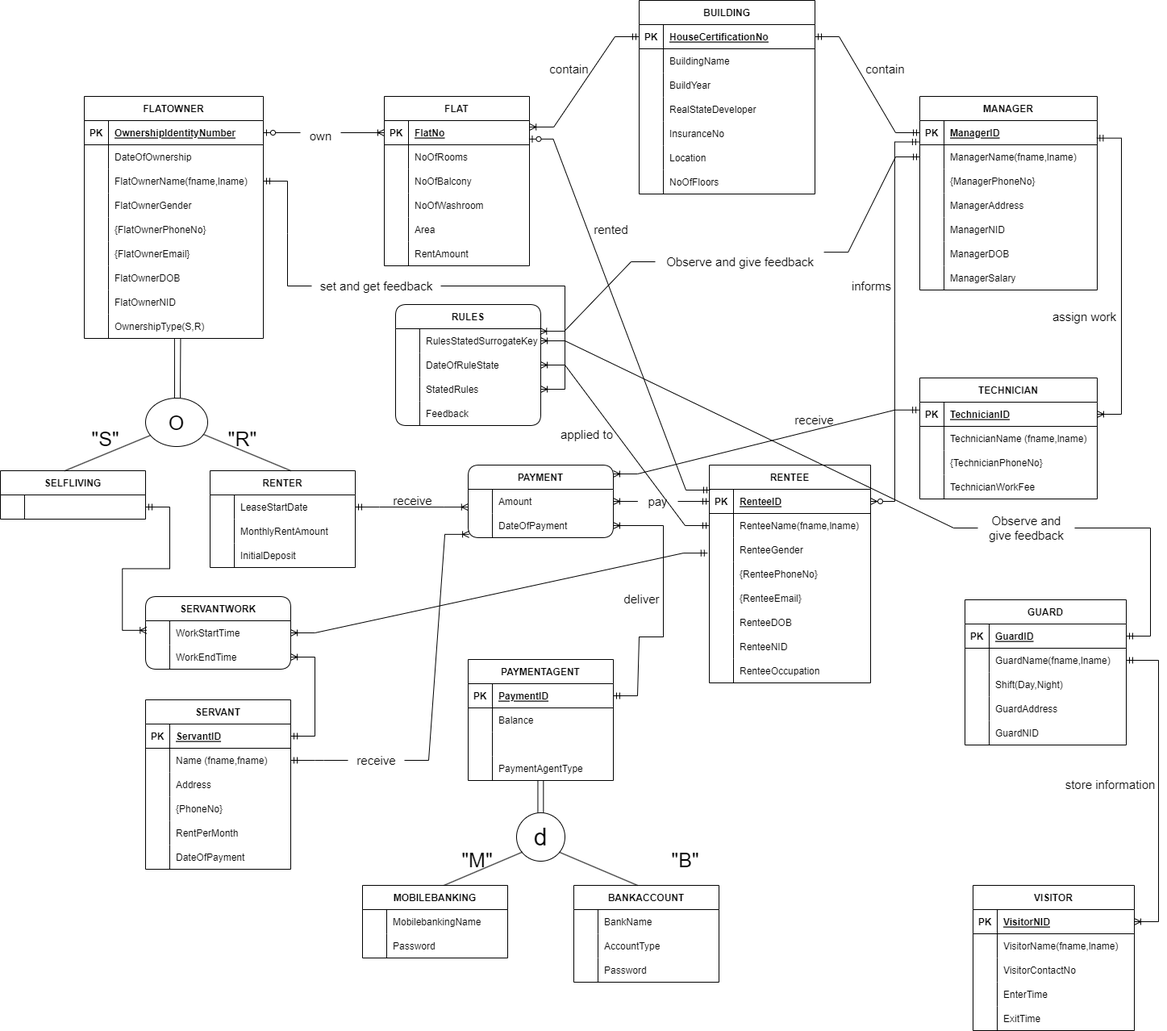
Before: Documentation Pictures/EERD.png, a diagram exported from draw.io (toushifhossain1/Residential-Management-and-Monitoring-System). Source tidied: cells renumbered, new cells last; positions are measured from the earlier drawing's top-left corner, leaving out a move shared by most shapes.
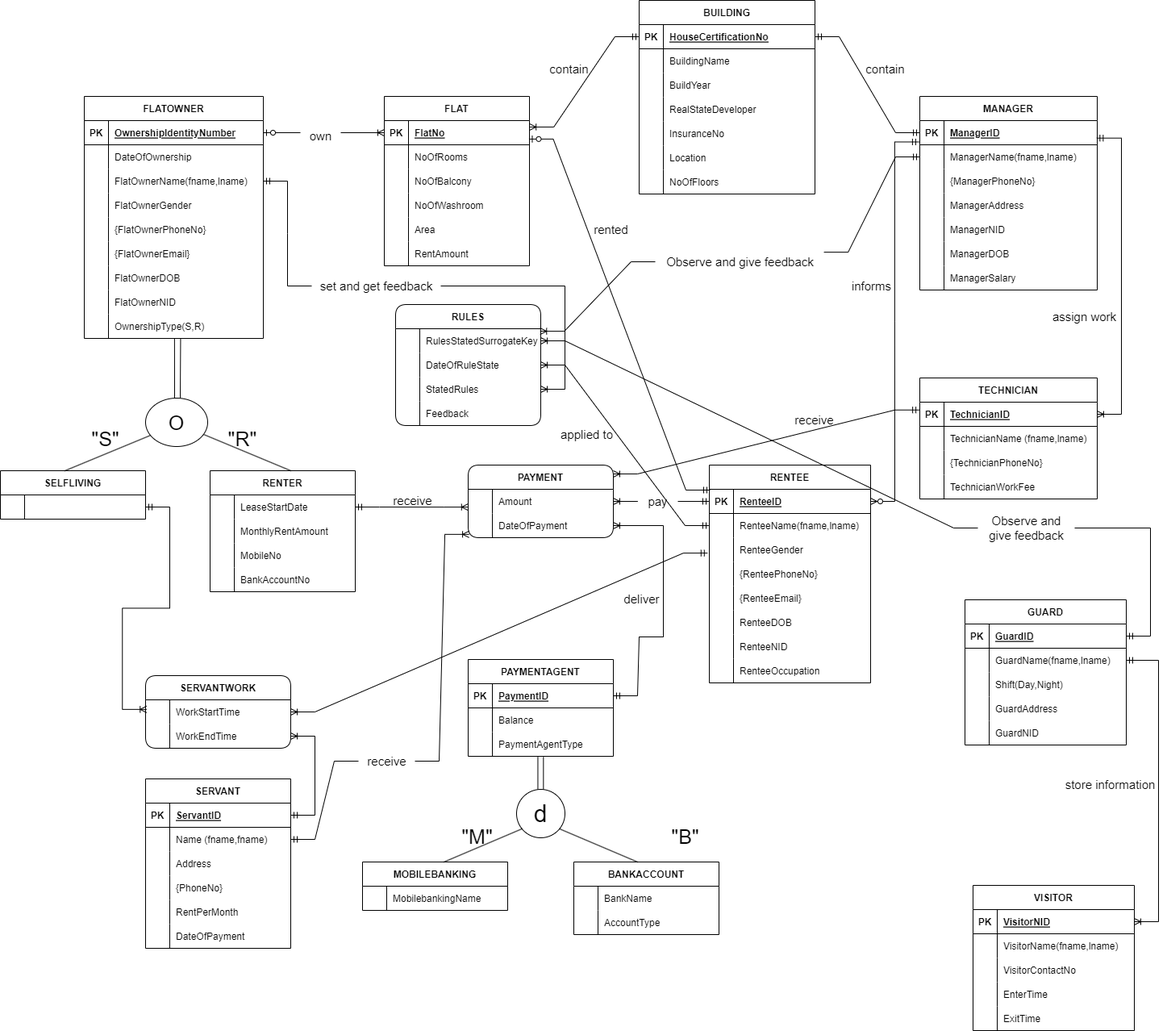
Later version of the same file.

What changed in the source:
```diff
@@ -3,7 +3,7 @@
     <mxCell id="0" />
     <mxCell id="1" parent="0" />
     <mxCell id="2" value="RENTER" style="shape=table;startSize=30;rowLines=0;fontStyle=1;align=center;" parent="1" vertex="1">
-      <mxGeometry x="260" y="583" width="180" height="120" as="geometry" />
+      <mxGeometry x="260" y="583" width="180" height="150" as="geometry" />
     </mxCell>
     <mxCell id="3" style="shape=tableRow;horizontal=0;startSize=0;swimlaneHead=0;swimlaneBody=0;fillColor=none;points=[[0,0.5],[1,0.5]];portConstraint=eastwest;top=0;left=0;right=0;bottom=0;" parent="2" vertex="1">
       <mxGeometry y="30" width="180" height="30" as="geometry" />
@@ -29,9 +29,18 @@
     <mxCell id="10" style="shape=partialRectangle;fillColor=none;top=0;left=0;bottom=0;right=0;overflow=hidden;" parent="9" vertex="1">
       <mxGeometry width="30" height="30" as="geometry" />
     </mxCell>
-    <mxCell id="11" value="InitialDeposit" style="shape=partialRectangle;fillColor=none;top=0;left=0;bottom=0;right=0;align=left;spacingLeft=6;overflow=hidden;" parent="9" vertex="1">
+    <mxCell id="11" value="MobileNo" style="shape=partialRectangle;fillColor=none;top=0;left=0;bottom=0;right=0;align=left;spacingLeft=6;overflow=hidden;" parent="9" vertex="1">
       <mxGeometry x="30" width="150" height="30" as="geometry" />
     </mxCell>
+    <mxCell id="309" style="shape=tableRow;horizontal=0;startSize=0;swimlaneHead=0;swimlaneBody=0;fillColor=none;top=0;left=0;right=0;bottom=0;" parent="2" vertex="1">
+      <mxGeometry y="120" width="180" height="30" as="geometry" />
+    </mxCell>
+    <mxCell id="27" style="shape=partialRectangle;fillColor=none;top=0;left=0;bottom=0;right=0;overflow=hidden;" parent="309" vertex="1">
+      <mxGeometry width="30" height="30" as="geometry" />
+    </mxCell>
+    <mxCell id="310" value="BankAccountNo" style="shape=partialRectangle;fillColor=none;top=0;left=0;bottom=0;right=0;align=left;spacingLeft=6;overflow=hidden;" parent="309" vertex="1">
+      <mxGeometry x="30" width="150" height="30" as="geometry" />
+    </mxCell>
     <mxCell id="12" value="PAYMENT" style="shape=table;startSize=30;rowLines=0;fontStyle=1;align=center;rounded=1;" parent="1" vertex="1">
       <mxGeometry x="580" y="576" width="180" height="90" as="geometry" />
     </mxCell>
@@ -54,7 +63,7 @@
       <mxGeometry x="30" width="150" height="30" as="geometry" />
     </mxCell>
     <mxCell id="19" value="PAYMENTAGENT" style="shape=table;startSize=30;rowLines=0;fontStyle=1;align=center;" parent="1" vertex="1">
-      <mxGeometry x="580" y="817" width="180" height="150" as="geometry" />
+      <mxGeometry x="580" y="817" width="180" height="120" as="geometry" />
     </mxCell>
     <mxCell id="20" style="shape=tableRow;horizontal=0;startSize=0;swimlaneHead=0;swimlaneBody=0;fillColor=none;points=[[0,0.5],[1,0.5]];portConstraint=eastwest;top=0;left=0;right=0;bottom=1;" parent="19" vertex="1">
       <mxGeometry y="30" width="180" height="30" as="geometry" />
@@ -74,17 +83,8 @@
     <mxCell id="25" value="Balance" style="shape=partialRectangle;fillColor=none;top=0;left=0;bottom=0;right=0;align=left;spacingLeft=6;overflow=hidden;" parent="23" vertex="1">
       <mxGeometry x="30" width="150" height="30" as="geometry" />
     </mxCell>
-    <mxCell id="26" style="shape=tableRow;horizontal=0;startSize=0;swimlaneHead=0;swimlaneBody=0;fillColor=none;top=0;left=0;right=0;bottom=0;" parent="19" vertex="1">
-      <mxGeometry y="90" width="180" height="30" as="geometry" />
-    </mxCell>
-    <mxCell id="27" style="shape=partialRectangle;fillColor=none;top=0;left=0;bottom=0;right=0;overflow=hidden;" parent="26" vertex="1">
-      <mxGeometry width="30" height="30" as="geometry" />
-    </mxCell>
-    <mxCell id="28" style="shape=partialRectangle;fillColor=none;top=0;left=0;bottom=0;right=0;align=left;spacingLeft=6;overflow=hidden;" parent="26" vertex="1">
-      <mxGeometry x="30" width="150" height="30" as="geometry" />
-    </mxCell>
     <mxCell id="29" style="shape=tableRow;horizontal=0;startSize=0;swimlaneHead=0;swimlaneBody=0;fillColor=none;top=0;left=0;right=0;bottom=0;" parent="19" vertex="1">
-      <mxGeometry y="120" width="180" height="30" as="geometry" />
+      <mxGeometry y="90" width="180" height="30" as="geometry" />
     </mxCell>
     <mxCell id="30" style="shape=partialRectangle;fillColor=none;top=0;left=0;bottom=0;right=0;overflow=hidden;" parent="29" vertex="1">
       <mxGeometry width="30" height="30" as="geometry" />
@@ -168,7 +168,7 @@
       <mxGeometry x="30" width="170" height="30" as="geometry" />
     </mxCell>
     <mxCell id="57" value="SERVANT" style="shape=table;startSize=30;rowLines=0;fontStyle=1;align=center;" parent="1" vertex="1">
-      <mxGeometry x="180" y="867" width="180" height="210" as="geometry" />
+      <mxGeometry x="180" y="965" width="180" height="210" as="geometry" />
     </mxCell>
     <mxCell id="58" style="shape=tableRow;horizontal=0;startSize=0;swimlaneHead=0;swimlaneBody=0;fillColor=none;points=[[0,0.5],[1,0.5]];portConstraint=eastwest;top=0;left=0;right=0;bottom=1;" parent="57" vertex="1">
       <mxGeometry y="30" width="180" height="30" as="geometry" />
@@ -557,21 +557,21 @@
     </mxCell>
     <mxCell id="185" style="endArrow=none;html=1;rounded=0;fontSize=12;" parent="1" edge="1">
       <mxGeometry relative="1" as="geometry">
-        <mxPoint x="666.4" y="1007" as="sourcePoint" />
-        <mxPoint x="666.4" y="967" as="targetPoint" />
+        <mxPoint x="666.4" y="978" as="sourcePoint" />
+        <mxPoint x="666.4" y="938" as="targetPoint" />
       </mxGeometry>
     </mxCell>
     <mxCell id="186" style="endArrow=none;html=1;rounded=0;fontSize=12;" parent="1" edge="1">
       <mxGeometry relative="1" as="geometry">
-        <mxPoint x="673.3" y="1007" as="sourcePoint" />
-        <mxPoint x="673.3" y="967" as="targetPoint" />
+        <mxPoint x="673.3" y="978" as="sourcePoint" />
+        <mxPoint x="673.3" y="938" as="targetPoint" />
       </mxGeometry>
     </mxCell>
     <mxCell id="187" value="&lt;font style=&quot;font-size: 30px;&quot;&gt;d&lt;/font&gt;" style="ellipse;whiteSpace=wrap;html=1;fontSize=12;" parent="1" vertex="1">
-      <mxGeometry x="640" y="1007" width="60" height="60" as="geometry" />
+      <mxGeometry x="640" y="978" width="60" height="60" as="geometry" />
     </mxCell>
     <mxCell id="188" value="MOBILEBANKING" style="shape=table;startSize=30;rowLines=0;fontStyle=1;align=center;fontSize=12;" parent="1" vertex="1">
-      <mxGeometry x="449" y="1097" width="180" height="90" as="geometry" />
+      <mxGeometry x="449" y="1068" width="180" height="60" as="geometry" />
     </mxCell>
     <mxCell id="189" style="shape=tableRow;horizontal=0;startSize=0;swimlaneHead=0;swimlaneBody=0;fillColor=none;top=0;left=0;right=0;bottom=0;fontSize=12;" parent="188" vertex="1">
       <mxGeometry y="30" width="180" height="30" as="geometry" />
@@ -582,17 +582,8 @@
     <mxCell id="191" value="MobilebankingName" style="shape=partialRectangle;fillColor=none;top=0;left=0;bottom=0;right=0;align=left;spacingLeft=6;overflow=hidden;fontSize=12;" parent="189" vertex="1">
       <mxGeometry x="30" width="150" height="30" as="geometry" />
     </mxCell>
-    <mxCell id="192" style="shape=tableRow;horizontal=0;startSize=0;swimlaneHead=0;swimlaneBody=0;fillColor=none;top=0;left=0;right=0;bottom=0;fontSize=12;" parent="188" vertex="1">
-      <mxGeometry y="60" width="180" height="30" as="geometry" />
-    </mxCell>
-    <mxCell id="193" style="shape=partialRectangle;fillColor=none;top=0;left=0;bottom=0;right=0;overflow=hidden;fontSize=12;" parent="192" vertex="1">
-      <mxGeometry width="30" height="30" as="geometry" />
-    </mxCell>
-    <mxCell id="194" value="Password" style="shape=partialRectangle;fillColor=none;top=0;left=0;bottom=0;right=0;align=left;spacingLeft=6;overflow=hidden;fontSize=12;" parent="192" vertex="1">
-      <mxGeometry x="30" width="150" height="30" as="geometry" />
-    </mxCell>
     <mxCell id="195" value="BANKACCOUNT" style="shape=table;startSize=30;rowLines=0;fontStyle=1;align=center;fontSize=12;" parent="1" vertex="1">
-      <mxGeometry x="711" y="1097" width="180" height="120" as="geometry" />
+      <mxGeometry x="711" y="1068" width="180" height="90" as="geometry" />
     </mxCell>
     <mxCell id="196" style="shape=tableRow;horizontal=0;startSize=0;swimlaneHead=0;swimlaneBody=0;fillColor=none;top=0;left=0;right=0;bottom=0;fontSize=12;" parent="195" vertex="1">
       <mxGeometry y="30" width="180" height="30" as="geometry" />
@@ -612,15 +603,6 @@
     <mxCell id="201" value="AccountType" style="shape=partialRectangle;fillColor=none;top=0;left=0;bottom=0;right=0;align=left;spacingLeft=6;overflow=hidden;fontSize=12;" parent="199" vertex="1">
       <mxGeometry x="30" width="150" height="30" as="geometry" />
     </mxCell>
-    <mxCell id="202" style="shape=tableRow;horizontal=0;startSize=0;swimlaneHead=0;swimlaneBody=0;fillColor=none;top=0;left=0;right=0;bottom=0;fontSize=12;" parent="195" vertex="1">
-      <mxGeometry y="90" width="180" height="30" as="geometry" />
-    </mxCell>
-    <mxCell id="203" style="shape=partialRectangle;fillColor=none;top=0;left=0;bottom=0;right=0;overflow=hidden;fontSize=12;" parent="202" vertex="1">
-      <mxGeometry width="30" height="30" as="geometry" />
-    </mxCell>
-    <mxCell id="204" value="Password" style="shape=partialRectangle;fillColor=none;top=0;left=0;bottom=0;right=0;align=left;spacingLeft=6;overflow=hidden;fontSize=12;" parent="202" vertex="1">
-      <mxGeometry x="30" width="150" height="30" as="geometry" />
-    </mxCell>
     <mxCell id="205" style="endArrow=none;html=1;rounded=0;entryX=0.117;entryY=0.813;entryDx=0;entryDy=0;entryPerimeter=0;exitX=0.561;exitY=0;exitDx=0;exitDy=0;exitPerimeter=0;" parent="1" edge="1" source="188" target="187">
       <mxGeometry relative="1" as="geometry" />
     </mxCell>
@@ -628,10 +610,10 @@
       <mxGeometry relative="1" as="geometry" />
     </mxCell>
     <mxCell id="207" value="&lt;font style=&quot;font-size: 25px;&quot;&gt;&quot;M&quot;&lt;/font&gt;" style="text;html=1;align=center;verticalAlign=middle;strokeColor=none;fillColor=none;fontSize=13;" parent="1" vertex="1">
-      <mxGeometry x="561" y="1045" width="60" height="40" as="geometry" />
+      <mxGeometry x="561" y="1016" width="60" height="40" as="geometry" />
     </mxCell>
     <mxCell id="208" value="&quot;B&quot;" style="text;html=1;align=center;verticalAlign=middle;strokeColor=none;fillColor=none;fontSize=25;" parent="1" vertex="1">
-      <mxGeometry x="819" y="1045" width="60" height="40" as="geometry" />
+      <mxGeometry x="819" y="1016" width="60" height="40" as="geometry" />
     </mxCell>
     <mxCell id="209" style="edgeStyle=entityRelationEdgeStyle;fontSize=12;html=1;endArrow=ERoneToMany;startArrow=none;rounded=0;" parent="1" edge="1" source="297" target="116">
       <mxGeometry relative="1" as="geometry" />
@@ -810,7 +792,7 @@
       <mxGeometry x="974" y="505" width="70" height="30" as="geometry" />
     </mxCell>
     <mxCell id="264" value="SERVANTWORK" style="shape=table;startSize=30;rowLines=0;fontStyle=1;align=center;rounded=1;" parent="1" vertex="1">
-      <mxGeometry x="180" y="739" width="180" height="90" as="geometry" />
+      <mxGeometry x="180" y="837" width="180" height="90" as="geometry" />
     </mxCell>
     <mxCell id="265" style="shape=tableRow;horizontal=0;startSize=0;swimlaneHead=0;swimlaneBody=0;fillColor=none;points=[[0,0.5],[1,0.5]];portConstraint=eastwest;top=0;left=0;right=0;bottom=0;" parent="264" vertex="1">
       <mxGeometry y="30" width="180" height="30" as="geometry" />
@@ -939,10 +921,14 @@
       <mxGeometry relative="1" as="geometry" />
     </mxCell>
     <mxCell id="305" value="&lt;font style=&quot;font-size: 15px;&quot;&gt;receive&lt;/font&gt;" style="text;html=1;align=center;verticalAlign=middle;points=[];strokeColor=none;fillColor=none;fontSize=12;" parent="1" vertex="1">
-      <mxGeometry x="431" y="927" width="70" height="30" as="geometry" />
+      <mxGeometry x="444" y="928" width="70" height="30" as="geometry" />
     </mxCell>
     <mxCell id="306" style="edgeStyle=entityRelationEdgeStyle;fontSize=12;html=1;endArrow=none;startArrow=ERmandOne;rounded=0;" parent="1" edge="1" source="61" target="305">
-      <mxGeometry relative="1" as="geometry" />
+      <mxGeometry relative="1" as="geometry">
+        <Array as="points">
+          <mxPoint x="412" y="989" />
+        </Array>
+      </mxGeometry>
     </mxCell>
     <mxCell id="307" value="&lt;font style=&quot;font-size: 15px;&quot;&gt;deliver&lt;/font&gt;" style="text;html=1;align=center;verticalAlign=middle;strokeColor=none;fillColor=none;fontSize=12;" parent="1" vertex="1">
       <mxGeometry x="760" y="727" width="70" height="30" as="geometry" />
```
